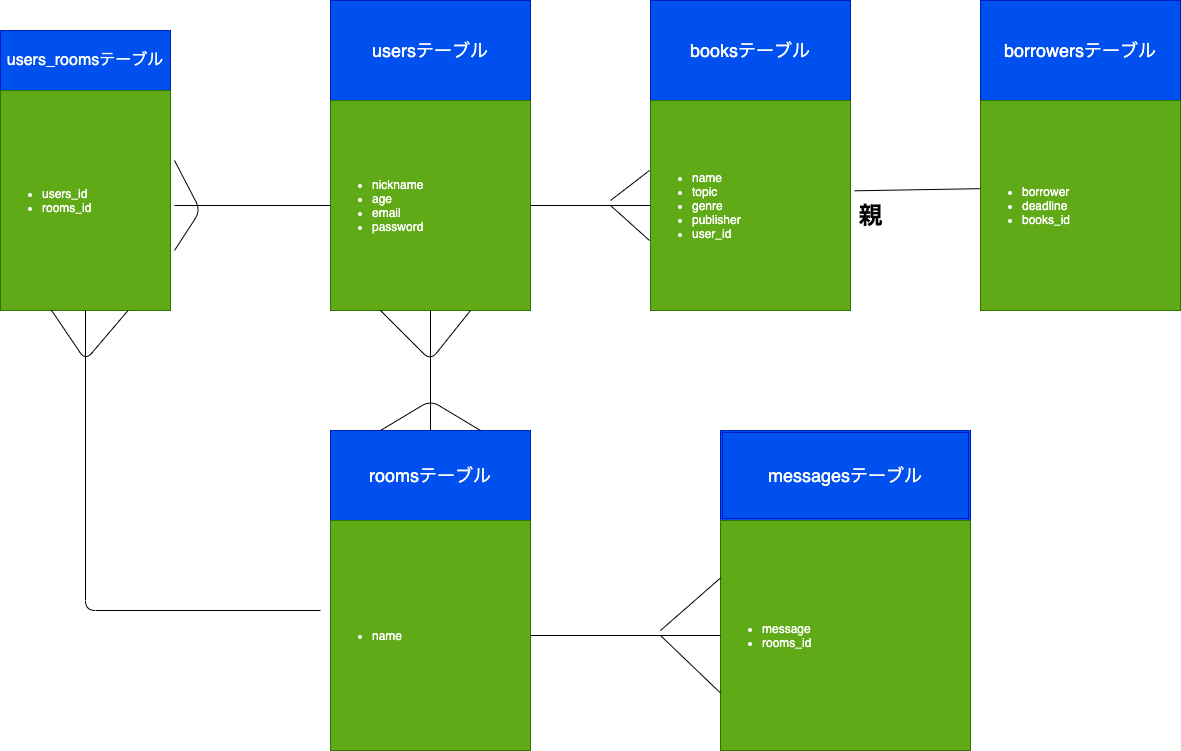
This is world_book_shelf.drawio.png from Masahiro913/world_book_shelf, a draw.io export, as it was before one commit. Source tidied: cells renumbered, new cells last; positions are measured from the earlier drawing's top-left corner, leaving out a move shared by most shapes.
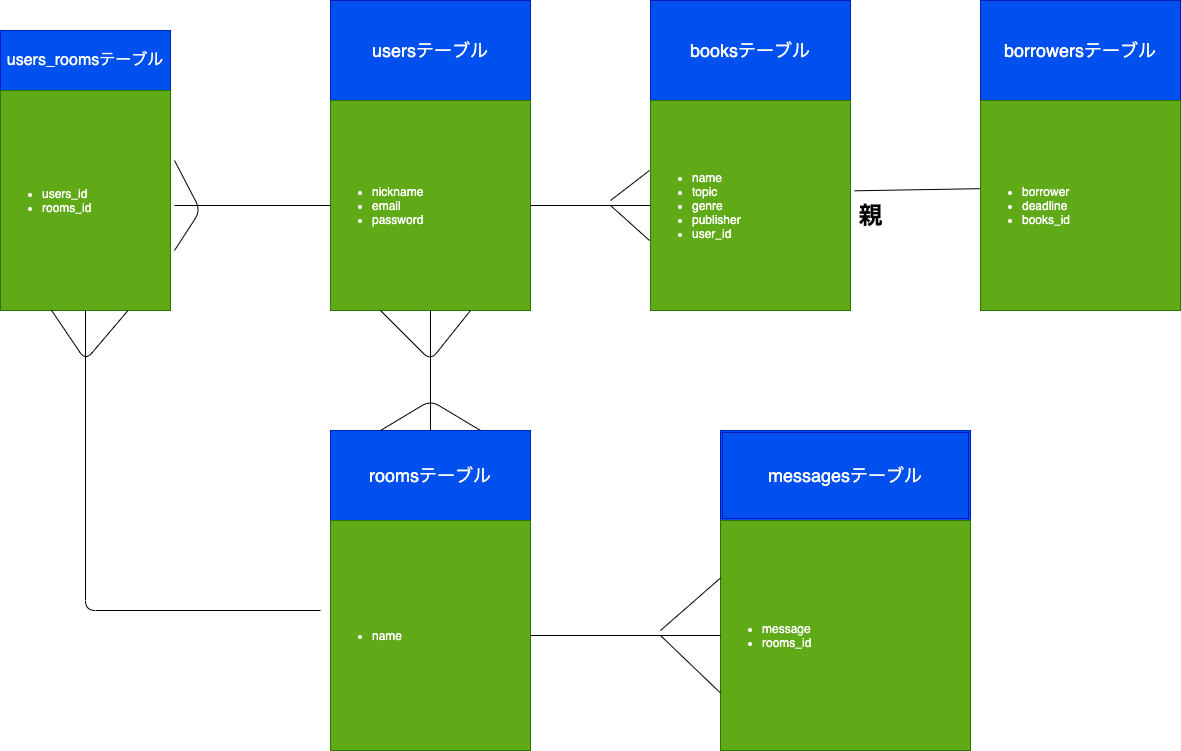
After the change.

Diff of the diagram source:
```diff
@@ -14,7 +14,7 @@
     <mxCell id="5" value="&lt;span style=&quot;font-size: 18px&quot;&gt;borrowersテーブル&lt;/span&gt;" style="rounded=0;whiteSpace=wrap;html=1;fillColor=#0050ef;strokeColor=#001DBC;fontColor=#ffffff;" parent="1" vertex="1">
       <mxGeometry x="980" width="200" height="100" as="geometry" />
     </mxCell>
-    <mxCell id="6" value="&lt;ul&gt;&lt;li&gt;nickname&lt;/li&gt;&lt;li&gt;age&lt;/li&gt;&lt;li&gt;email&lt;/li&gt;&lt;li&gt;password&lt;/li&gt;&lt;/ul&gt;" style="text;html=1;whiteSpace=wrap;verticalAlign=middle;overflow=hidden;fillColor=#60a917;strokeColor=#2D7600;fontColor=#ffffff;" parent="1" vertex="1">
+    <mxCell id="6" value="&lt;ul&gt;&lt;li&gt;nickname&lt;/li&gt;&lt;li&gt;email&lt;/li&gt;&lt;li&gt;password&lt;/li&gt;&lt;/ul&gt;" style="text;html=1;whiteSpace=wrap;verticalAlign=middle;overflow=hidden;fillColor=#60a917;strokeColor=#2D7600;fontColor=#ffffff;" parent="1" vertex="1">
       <mxGeometry x="330" y="100" width="200" height="210" as="geometry" />
     </mxCell>
     <mxCell id="7" value="&lt;ul&gt;&lt;li&gt;name&lt;/li&gt;&lt;/ul&gt;" style="text;strokeColor=#2D7600;fillColor=#60a917;html=1;whiteSpace=wrap;verticalAlign=middle;overflow=hidden;fontColor=#ffffff;" parent="1" vertex="1">
```
